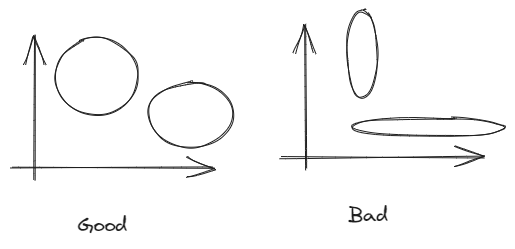
Earlier version of the Excalidraw export lesson11/imgs/kmeans.excalidraw.png (NMashalov/2023_OpenMipt_course). Source tidied: one line per element, renumbered; positions are measured from the earlier drawing's top-left corner, leaving out a move shared by most shapes.
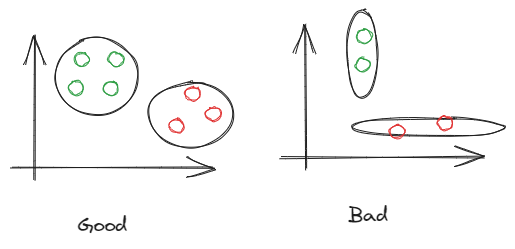
After the change.

The edit, as a diff of the source:
```diff
@@ -8,3 +8,14 @@
 {"id": 7, "type": "ellipse", "strokeColor": "#1e1e1e", "strokeWidth": 1, "roughness": 1, "round": true, "x": 337, "y": 0, "width": 30, "height": 87}
 {"id": 8, "type": "ellipse", "strokeColor": "#1e1e1e", "strokeWidth": 1, "roughness": 1, "round": true, "x": 341, "y": 108, "width": 153, "height": 19}
 {"id": 9, "type": "text", "text": "Bad", "strokeColor": "#1e1e1e", "strokeWidth": 1, "roughness": 1, "fontSize": 20, "fontFamily": 1, "x": 338, "y": 194, "width": 39, "height": 25}
+{"id": 10, "type": "ellipse", "strokeColor": "#2f9e44", "strokeWidth": 1, "roughness": 1, "round": true, "x": 64, "y": 43, "width": 15, "height": 13}
+{"id": 11, "type": "ellipse", "strokeColor": "#2f9e44", "strokeWidth": 1, "roughness": 1, "round": true, "x": 94, "y": 71, "width": 15, "height": 13}
+{"id": 12, "type": "ellipse", "strokeColor": "#2f9e44", "strokeWidth": 1, "roughness": 1, "round": true, "x": 58, "y": 71, "width": 15, "height": 13}
+{"id": 13, "type": "ellipse", "strokeColor": "#2f9e44", "strokeWidth": 1, "roughness": 1, "round": true, "x": 98, "y": 43, "width": 15, "height": 13}
+{"id": 14, "type": "ellipse", "strokeColor": "#e03131", "strokeWidth": 1, "roughness": 1, "round": true, "x": 176, "y": 77, "width": 15, "height": 13}
+{"id": 15, "type": "ellipse", "strokeColor": "#e03131", "strokeWidth": 1, "roughness": 1, "round": true, "x": 159, "y": 109, "width": 15, "height": 13}
+{"id": 16, "type": "ellipse", "strokeColor": "#e03131", "strokeWidth": 1, "roughness": 1, "round": true, "x": 196, "y": 97, "width": 15, "height": 13}
+{"id": 17, "type": "ellipse", "strokeColor": "#2f9e44", "strokeWidth": 1, "roughness": 1, "round": true, "x": 347, "y": 19, "width": 15, "height": 13}
+{"id": 18, "type": "ellipse", "strokeColor": "#2f9e44", "strokeWidth": 1, "roughness": 1, "round": true, "x": 346, "y": 48, "width": 15, "height": 13}
+{"id": 19, "type": "ellipse", "strokeColor": "#e03131", "strokeWidth": 1, "roughness": 1, "round": true, "x": 380, "y": 115, "width": 15, "height": 13}
+{"id": 20, "type": "ellipse", "strokeColor": "#e03131", "strokeWidth": 1, "roughness": 1, "round": true, "x": 428, "y": 106, "width": 15, "height": 13}
```
